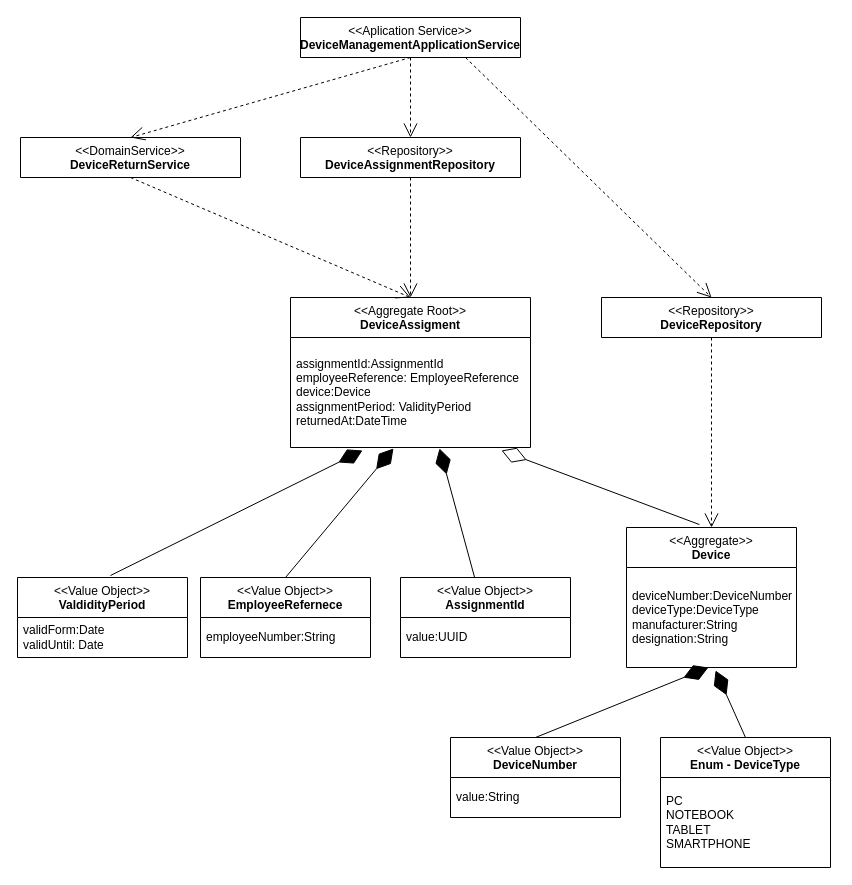
AlexanderCoopmans/FSE-Mitarbeiterverwaltung-Example keeps this draw.io diagram as uml/device-management.drawio. Above is the earlier version. Source tidied: cells renumbered, new cells numbered last; positions are measured from the earlier drawing's top-left corner, leaving out a move shared by most shapes. Both pictures are drawn from the tidied source at 100%, with x=0, y=0 at pixel (17, 17).
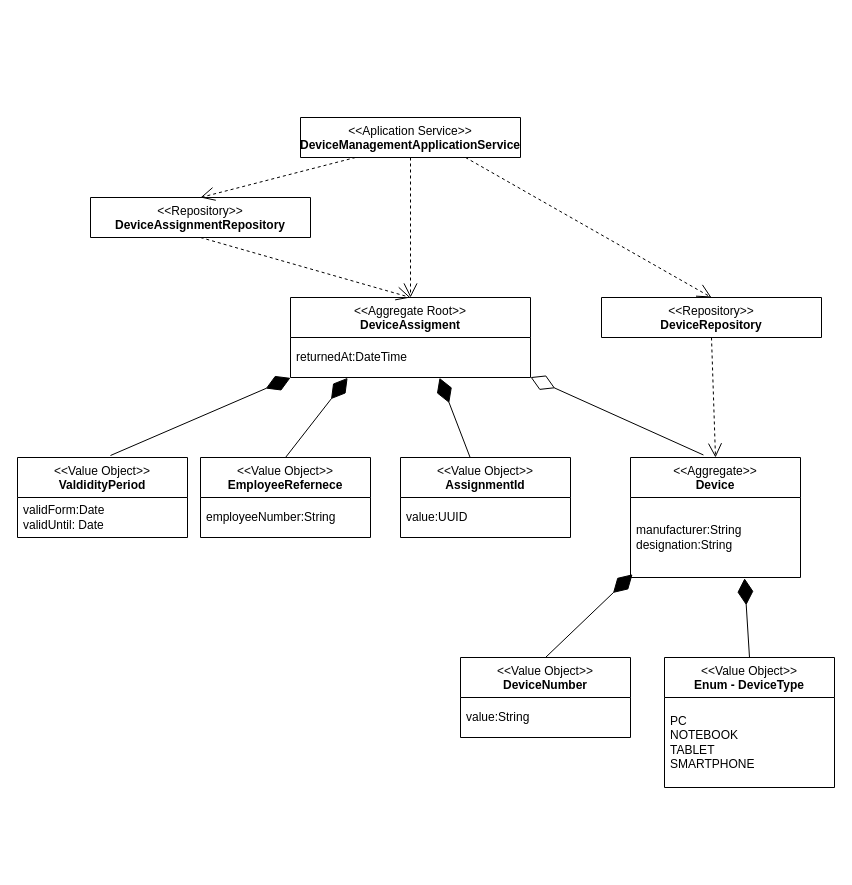
After the change.

Commit message:
docs: Updated device-management uml

Change to the diagram source:
```diff
@@
     <mxCell id="2" value="&lt;div&gt;&amp;lt;&amp;lt;Aplication Service&amp;gt;&amp;gt;&lt;div&gt;&lt;b&gt;DeviceManagementApplicationService&lt;/b&gt;&lt;/div&gt;&lt;div&gt;&lt;br&gt;&lt;/div&gt;&lt;/div&gt;" style="swimlane;fontStyle=0;align=center;verticalAlign=top;horizontal=1;startSize=40;html=1;whiteSpace=wrap;" parent="1" vertex="1">
-      <mxGeometry x="283" width="220" height="40" as="geometry" />
+      <mxGeometry x="283" y="100" width="220" height="40" as="geometry" />
     </mxCell>
-    <mxCell id="3" value="&amp;lt;&amp;lt;DomainService&amp;gt;&amp;gt;&lt;div&gt;&lt;b&gt;DeviceReturnService&lt;/b&gt;&lt;/div&gt;&lt;div&gt;&lt;br&gt;&lt;/div&gt;" style="swimlane;fontStyle=0;align=center;verticalAlign=top;horizontal=1;startSize=40;html=1;whiteSpace=wrap;" parent="1" vertex="1">
-      <mxGeometry x="3" y="120" width="220" height="40" as="geometry" />
-    </mxCell>
     <mxCell id="4" value="&lt;div&gt;&amp;lt;&amp;lt;Repository&amp;gt;&amp;gt;&lt;div style=&quot;&quot;&gt;&lt;b&gt;DeviceAssignmentRepository&lt;/b&gt;&lt;/div&gt;&lt;/div&gt;" style="swimlane;fontStyle=0;align=center;verticalAlign=top;horizontal=1;startSize=40;html=1;whiteSpace=wrap;" parent="1" vertex="1">
-      <mxGeometry x="283" y="120" width="220" height="40" as="geometry" />
+      <mxGeometry x="73" y="180" width="220" height="40" as="geometry" />
     </mxCell>
     <mxCell id="5" value="&lt;div style=&quot;&quot;&gt;&amp;lt;&amp;lt;Aggregate Root&amp;gt;&amp;gt;&lt;/div&gt;&lt;div style=&quot;&quot;&gt;&lt;b&gt;DeviceAssigment&lt;/b&gt;&lt;/div&gt;" style="swimlane;fontStyle=0;align=center;verticalAlign=top;horizontal=1;startSize=40;html=1;whiteSpace=wrap;" parent="1" vertex="1">
-      <mxGeometry x="273" y="280" width="240" height="150" as="geometry" />
+      <mxGeometry x="273" y="280" width="240" height="80" as="geometry" />
     </mxCell>
-    <mxCell id="6" value="assignmentId:AssignmentId&lt;div&gt;employeeReference: E&lt;span style=&quot;color: light-dark(rgb(0, 0, 0), rgb(255, 255, 255)); background-color: transparent;&quot;&gt;mployeeReference&lt;/span&gt;&lt;/div&gt;&lt;div&gt;&lt;span style=&quot;color: light-dark(rgb(0, 0, 0), rgb(255, 255, 255)); background-color: transparent;&quot;&gt;device:Device&lt;/span&gt;&lt;/div&gt;&lt;div&gt;&lt;span style=&quot;color: light-dark(rgb(0, 0, 0), rgb(255, 255, 255)); background-color: transparent;&quot;&gt;assignmentPeriod: ValidityPeriod&lt;/span&gt;&lt;/div&gt;&lt;div&gt;&lt;span style=&quot;color: light-dark(rgb(0, 0, 0), rgb(255, 255, 255)); background-color: transparent;&quot;&gt;returnedAt:DateTime&lt;/span&gt;&lt;/div&gt;" style="text;html=1;strokeColor=none;fillColor=none;align=left;verticalAlign=middle;spacingLeft=4;spacingRight=4;overflow=hidden;points=[[0,0.5],[1,0.5]];portConstraint=eastwest;whiteSpace=wrap;" parent="5" vertex="1">
-      <mxGeometry y="40" width="240" height="110" as="geometry" />
+    <mxCell id="6" value="&lt;div&gt;&lt;span style=&quot;background-color: transparent;&quot;&gt;returnedAt:DateTime&lt;/span&gt;&lt;/div&gt;" style="text;html=1;strokeColor=none;fillColor=none;align=left;verticalAlign=middle;spacingLeft=4;spacingRight=4;overflow=hidden;points=[[0,0.5],[1,0.5]];portConstraint=eastwest;whiteSpace=wrap;" parent="5" vertex="1">
+      <mxGeometry y="40" width="240" height="40" as="geometry" />
     </mxCell>
@@
     <mxCell id="8" value="&lt;div style=&quot;&quot;&gt;&amp;lt;&amp;lt;Aggregate&amp;gt;&amp;gt;&lt;/div&gt;&lt;div style=&quot;&quot;&gt;&lt;b&gt;Device&lt;/b&gt;&lt;/div&gt;" style="swimlane;fontStyle=0;align=center;verticalAlign=top;horizontal=1;startSize=40;html=1;whiteSpace=wrap;" parent="1" vertex="1">
-      <mxGeometry x="609" y="510" width="170" height="140" as="geometry" />
+      <mxGeometry x="613" y="440" width="170" height="120" as="geometry" />
     </mxCell>
-    <mxCell id="9" value="deviceNumber:DeviceNumber&lt;div&gt;deviceType:DeviceType&lt;/div&gt;&lt;div&gt;manufacturer:String&lt;/div&gt;&lt;div&gt;designation:String&lt;/div&gt;" style="text;html=1;strokeColor=none;fillColor=none;align=left;verticalAlign=middle;spacingLeft=4;spacingRight=4;overflow=hidden;points=[[0,0.5],[1,0.5]];portConstraint=eastwest;whiteSpace=wrap;" parent="8" vertex="1">
-      <mxGeometry y="40" width="170" height="100" as="geometry" />
+    <mxCell id="9" value="&lt;div&gt;manufacturer:String&lt;/div&gt;&lt;div&gt;designation:String&lt;/div&gt;" style="text;html=1;strokeColor=none;fillColor=none;align=left;verticalAlign=middle;spacingLeft=4;spacingRight=4;overflow=hidden;points=[[0,0.5],[1,0.5]];portConstraint=eastwest;whiteSpace=wrap;" parent="8" vertex="1">
+      <mxGeometry y="40" width="170" height="80" as="geometry" />
     </mxCell>
     <mxCell id="10" value="&lt;div style=&quot;&quot;&gt;&amp;lt;&amp;lt;Value Object&amp;gt;&amp;gt;&lt;/div&gt;&lt;div style=&quot;&quot;&gt;&lt;b&gt;AssignmentId&lt;/b&gt;&lt;/div&gt;" style="swimlane;fontStyle=0;align=center;verticalAlign=top;horizontal=1;startSize=40;html=1;whiteSpace=wrap;" parent="1" vertex="1">
-      <mxGeometry x="383" y="560" width="170" height="80" as="geometry" />
+      <mxGeometry x="383" y="440" width="170" height="80" as="geometry" />
     </mxCell>
@@
     <mxCell id="12" value="&lt;div style=&quot;&quot;&gt;&amp;lt;&amp;lt;Value Object&amp;gt;&amp;gt;&lt;/div&gt;&lt;div style=&quot;&quot;&gt;&lt;b&gt;DeviceNumber&lt;/b&gt;&lt;/div&gt;" style="swimlane;fontStyle=0;align=center;verticalAlign=top;horizontal=1;startSize=40;html=1;whiteSpace=wrap;" parent="1" vertex="1">
-      <mxGeometry x="433" y="720" width="170" height="80" as="geometry" />
+      <mxGeometry x="443" y="640" width="170" height="80" as="geometry" />
     </mxCell>
@@
     <mxCell id="14" value="&lt;div style=&quot;&quot;&gt;&amp;lt;&amp;lt;Value Object&amp;gt;&amp;gt;&lt;/div&gt;&lt;div style=&quot;&quot;&gt;&lt;b&gt;Enum - DeviceType&lt;/b&gt;&lt;/div&gt;" style="swimlane;fontStyle=0;align=center;verticalAlign=top;horizontal=1;startSize=40;html=1;whiteSpace=wrap;" parent="1" vertex="1">
-      <mxGeometry x="643" y="720" width="170" height="130" as="geometry" />
+      <mxGeometry x="647" y="640" width="170" height="130" as="geometry" />
     </mxCell>
@@
     <mxCell id="16" value="&lt;div style=&quot;&quot;&gt;&amp;lt;&amp;lt;Value Object&amp;gt;&amp;gt;&lt;/div&gt;&lt;div style=&quot;&quot;&gt;&lt;b&gt;EmployeeRefernece&lt;/b&gt;&lt;/div&gt;" style="swimlane;fontStyle=0;align=center;verticalAlign=top;horizontal=1;startSize=40;html=1;whiteSpace=wrap;" parent="1" vertex="1">
-      <mxGeometry x="183" y="560" width="170" height="80" as="geometry" />
+      <mxGeometry x="183" y="440" width="170" height="80" as="geometry" />
     </mxCell>
@@
     <mxCell id="18" value="&lt;div style=&quot;&quot;&gt;&amp;lt;&amp;lt;Value Object&amp;gt;&amp;gt;&lt;/div&gt;&lt;div style=&quot;&quot;&gt;&lt;b&gt;ValdidityPeriod&lt;/b&gt;&lt;/div&gt;" style="swimlane;fontStyle=0;align=center;verticalAlign=top;horizontal=1;startSize=40;html=1;whiteSpace=wrap;" parent="1" vertex="1">
-      <mxGeometry y="560" width="170" height="80" as="geometry" />
+      <mxGeometry y="440" width="170" height="80" as="geometry" />
     </mxCell>
@@
-    <mxCell id="20" style="endArrow=open;endSize=12;dashed=1;html=1;rounded=0;exitX=0.5;exitY=1;exitDx=0;exitDy=0;entryX=0.5;entryY=0;entryDx=0;entryDy=0;" parent="1" edge="1" source="2" target="3">
-      <mxGeometry relative="1" as="geometry" />
-    </mxCell>
-    <mxCell id="21" style="endArrow=open;endSize=12;dashed=1;html=1;rounded=0;exitX=0.5;exitY=1;exitDx=0;exitDy=0;entryX=0.5;entryY=0;entryDx=0;entryDy=0;" parent="1" edge="1" source="2" target="4">
+    <mxCell id="21" style="endArrow=open;endSize=12;dashed=1;html=1;rounded=0;exitX=0.25;exitY=1;exitDx=0;exitDy=0;entryX=0.5;entryY=0;entryDx=0;entryDy=0;" parent="1" edge="1" source="2" target="4">
       <mxGeometry relative="1" as="geometry" />
     </mxCell>
-    <mxCell id="22" style="endArrow=open;endSize=12;dashed=1;html=1;rounded=0;exitX=0.5;exitY=1;exitDx=0;exitDy=0;entryX=0.5;entryY=0;entryDx=0;entryDy=0;" parent="1" edge="1" source="3" target="5">
+    <mxCell id="22" style="endArrow=open;endSize=12;dashed=1;html=1;rounded=0;exitX=0.5;exitY=1;exitDx=0;exitDy=0;entryX=0.5;entryY=0;entryDx=0;entryDy=0;" parent="1" edge="1" source="2" target="5">
       <mxGeometry relative="1" as="geometry" />
     </mxCell>
@@
-    <mxCell id="24" style="endArrow=diamondThin;endFill=1;endSize=24;html=1;rounded=0;exitX=0.547;exitY=-0.025;exitDx=0;exitDy=0;exitPerimeter=0;entryX=0.3;entryY=1.027;entryDx=0;entryDy=0;entryPerimeter=0;" parent="1" edge="1" source="18" target="6">
+    <mxCell id="24" style="endArrow=diamondThin;endFill=1;endSize=24;html=1;rounded=0;exitX=0.547;exitY=-0.025;exitDx=0;exitDy=0;exitPerimeter=0;entryX=0;entryY=1.009;entryDx=0;entryDy=0;entryPerimeter=0;" parent="1" edge="1" source="18" target="6">
       <mxGeometry relative="1" as="geometry" />
     </mxCell>
-    <mxCell id="25" style="endArrow=diamondThin;endFill=1;endSize=24;html=1;rounded=0;exitX=0.5;exitY=0;exitDx=0;exitDy=0;entryX=0.429;entryY=1.009;entryDx=0;entryDy=0;entryPerimeter=0;" parent="1" edge="1" source="16" target="6">
+    <mxCell id="25" style="endArrow=diamondThin;endFill=1;endSize=24;html=1;rounded=0;exitX=0.5;exitY=0;exitDx=0;exitDy=0;entryX=0.238;entryY=1.009;entryDx=0;entryDy=0;entryPerimeter=0;" parent="1" edge="1" source="16" target="6">
       <mxGeometry relative="1" as="geometry" />
     </mxCell>
@@
-    <mxCell id="27" style="endArrow=diamondThin;endFill=1;endSize=24;html=1;rounded=0;entryX=0.482;entryY=1;entryDx=0;entryDy=0;entryPerimeter=0;exitX=0.5;exitY=0;exitDx=0;exitDy=0;" parent="1" edge="1" source="12" target="9">
+    <mxCell id="27" style="endArrow=diamondThin;endFill=1;endSize=24;html=1;rounded=0;entryX=0.012;entryY=0.96;entryDx=0;entryDy=0;entryPerimeter=0;exitX=0.5;exitY=0;exitDx=0;exitDy=0;" parent="1" edge="1" source="12" target="9">
       <mxGeometry relative="1" as="geometry" />
     </mxCell>
-    <mxCell id="28" style="endArrow=diamondThin;endFill=1;endSize=24;html=1;rounded=0;exitX=0.5;exitY=0;exitDx=0;exitDy=0;entryX=0.524;entryY=1.03;entryDx=0;entryDy=0;entryPerimeter=0;" parent="1" edge="1" source="14" target="9">
+    <mxCell id="28" style="endArrow=diamondThin;endFill=1;endSize=24;html=1;rounded=0;exitX=0.5;exitY=0;exitDx=0;exitDy=0;entryX=0.671;entryY=1.01;entryDx=0;entryDy=0;entryPerimeter=0;" parent="1" edge="1" source="14" target="9">
       <mxGeometry relative="1" as="geometry" />
     </mxCell>
-    <mxCell id="29" style="endArrow=diamondThin;endFill=0;endSize=24;html=1;rounded=0;entryX=0.879;entryY=1.027;entryDx=0;entryDy=0;entryPerimeter=0;exitX=0.429;exitY=-0.021;exitDx=0;exitDy=0;exitPerimeter=0;" parent="1" edge="1" source="8" target="6">
+    <mxCell id="29" style="endArrow=diamondThin;endFill=0;endSize=24;html=1;rounded=0;entryX=1;entryY=0.991;entryDx=0;entryDy=0;entryPerimeter=0;exitX=0.429;exitY=-0.021;exitDx=0;exitDy=0;exitPerimeter=0;" parent="1" edge="1" source="8" target="6">
       <mxGeometry relative="1" as="geometry" />
     </mxCell>
```
